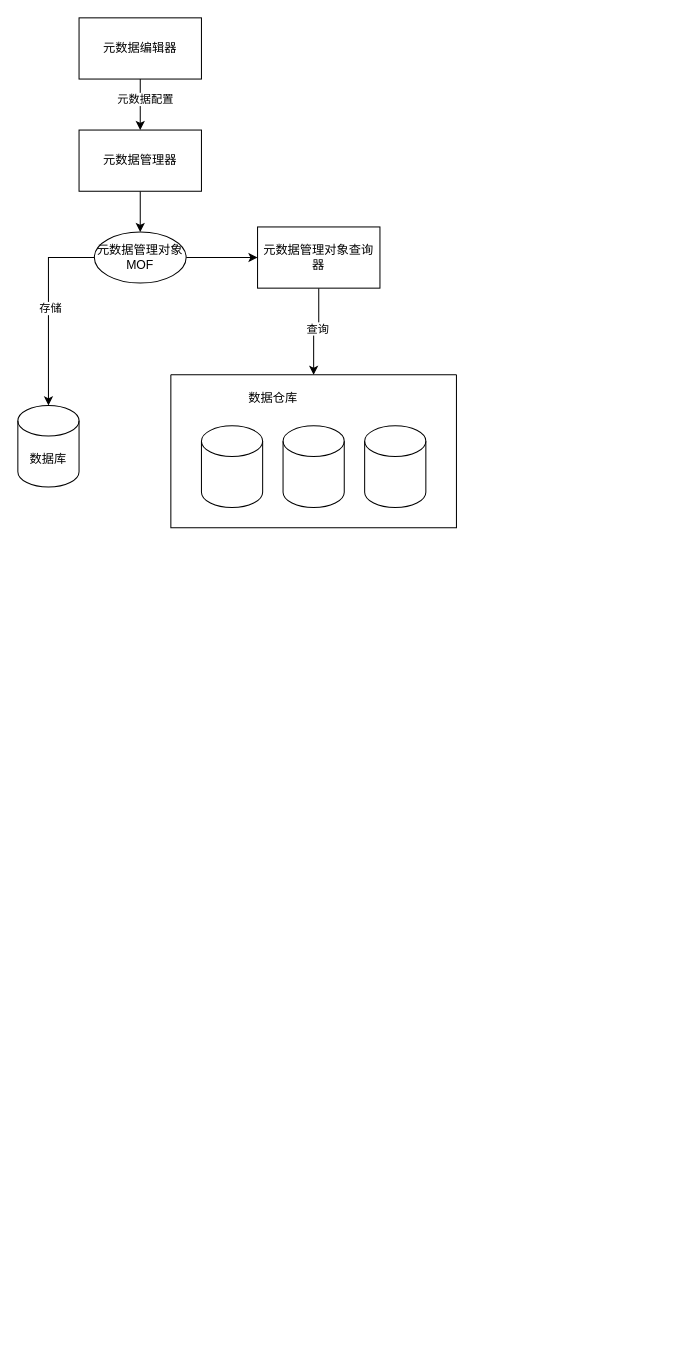
Above: page "第 5 页" (5 of 5) of Crm-Saas/crm-saas.drawio in zhangshuntao-ola/MyDraw (draw.io), before the change. Source tidied: cells renumbered, new cells numbered last; positions are measured from the earlier drawing's top-left corner, leaving out a move shared by most shapes. Both pictures are drawn from the tidied source at 102%, with x=0, y=0 at pixel (17, 17).
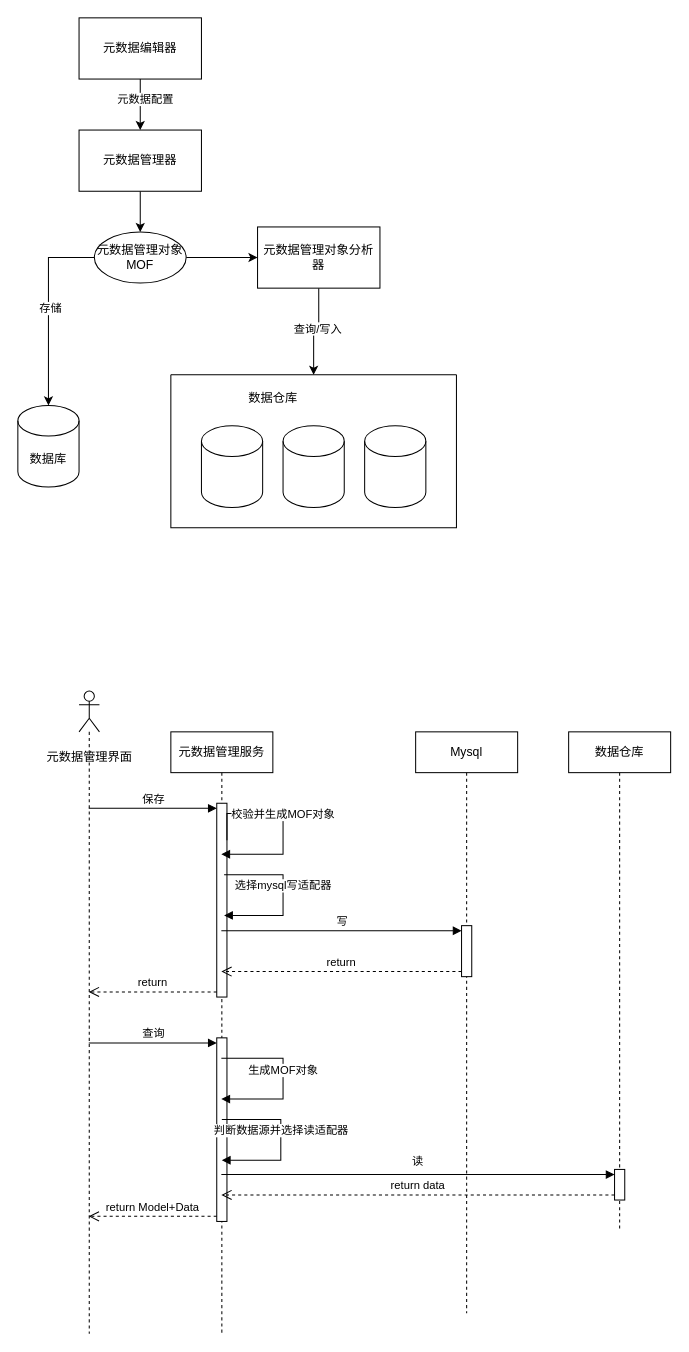
The same diagram, later.

Unchanged cells that the change refers to:
```xml
<mxCell id="17" style="edgeStyle=orthogonalEdgeStyle;rounded=0;jettySize=auto;html=1;" parent="1" edge="1" source="19" target="5">
  <mxGeometry relative="1" as="geometry" />
</mxCell>
```

Diff of the diagram source:
```diff
@@
-    <mxCell id="18" value="查询" style="edgeLabel;html=1;align=center;verticalAlign=middle;" parent="17" vertex="1">
+    <mxCell id="18" value="查询/写入" style="edgeLabel;html=1;align=center;verticalAlign=middle;" parent="17" vertex="1">
       <mxGeometry x="-0.13" y="-2" relative="1" as="geometry" />
     </mxCell>
-    <mxCell id="19" value="元数据管理对象查询器" style="rounded=0;whiteSpace=wrap;html=1;" parent="1" vertex="1">
+    <mxCell id="19" value="元数据管理对象分析器" style="rounded=0;whiteSpace=wrap;html=1;" parent="1" vertex="1">
       <mxGeometry x="235" y="205" width="120" height="60" as="geometry" />
     </mxCell>
+    <mxCell id="20" style="shape=umlLifeline;perimeter=lifelinePerimeter;whiteSpace=wrap;html=1;outlineConnect=0;portConstraint=eastwest;newEdgeStyle={&quot;curved&quot;:0,&quot;rounded&quot;:0};participant=umlActor;" parent="1" vertex="1">
+      <mxGeometry x="60" y="660" width="20" height="630" as="geometry" />
+    </mxCell>
+    <mxCell id="21" value="元数据管理界面" style="text;html=1;align=center;verticalAlign=middle;strokeColor=none;fillColor=none;" parent="1" vertex="1">
+      <mxGeometry x="15" y="710" width="110" height="30" as="geometry" />
+    </mxCell>
+    <mxCell id="22" value="元数据管理服务" style="shape=umlLifeline;perimeter=lifelinePerimeter;whiteSpace=wrap;html=1;outlineConnect=0;portConstraint=eastwest;newEdgeStyle={&quot;curved&quot;:0,&quot;rounded&quot;:0};" parent="1" vertex="1">
+      <mxGeometry x="150" y="700" width="100" height="590" as="geometry" />
+    </mxCell>
+    <mxCell id="23" style="html=1;points=[[0,0,0,0,5],[0,1,0,0,-5],[1,0,0,0,5],[1,1,0,0,-5]];perimeter=orthogonalPerimeter;outlineConnect=0;targetShapes=umlLifeline;portConstraint=eastwest;newEdgeStyle={&quot;curved&quot;:0,&quot;rounded&quot;:0};" parent="22" vertex="1">
+      <mxGeometry x="45" y="70" width="10" height="190" as="geometry" />
+    </mxCell>
+    <mxCell id="24" value="校验并生成MOF对象" style="html=1;verticalAlign=bottom;endArrow=block;rounded=0;edgeStyle=orthogonalEdgeStyle;exitX=1;exitY=0.191;exitDx=0;exitDy=0;exitPerimeter=0;" parent="22" edge="1" source="23" target="22">
+      <mxGeometry relative="1" as="geometry">
+        <Array as="points">
+          <mxPoint x="55" y="80" />
+          <mxPoint x="110" y="80" />
+          <mxPoint x="110" y="120" />
+        </Array>
+      </mxGeometry>
+    </mxCell>
+    <mxCell id="25" style="html=1;points=[[0,0,0,0,5],[0,1,0,0,-5],[1,0,0,0,5],[1,1,0,0,-5]];perimeter=orthogonalPerimeter;outlineConnect=0;targetShapes=umlLifeline;portConstraint=eastwest;newEdgeStyle={&quot;curved&quot;:0,&quot;rounded&quot;:0};" parent="22" vertex="1">
+      <mxGeometry x="45" y="300" width="10" height="180" as="geometry" />
+    </mxCell>
+    <mxCell id="26" value="保存" style="html=1;verticalAlign=bottom;endArrow=block;curved=0;rounded=0;entryX=0;entryY=0;entryDx=0;entryDy=5;" parent="1" edge="1" source="20" target="23">
+      <mxGeometry relative="1" as="geometry" />
+    </mxCell>
+    <mxCell id="27" value="return" style="html=1;verticalAlign=bottom;endArrow=open;dashed=1;endSize=8;curved=0;rounded=0;exitX=0;exitY=1;exitDx=0;exitDy=-5;" parent="1" edge="1" source="23" target="20">
+      <mxGeometry relative="1" as="geometry" />
+    </mxCell>
+    <mxCell id="28" value="Mysql" style="shape=umlLifeline;perimeter=lifelinePerimeter;whiteSpace=wrap;html=1;newEdgeStyle={&quot;curved&quot;:0,&quot;rounded&quot;:0};" parent="1" vertex="1">
+      <mxGeometry x="390" y="700" width="100" height="570" as="geometry" />
+    </mxCell>
+    <mxCell id="29" style="html=1;points=[[0,0,0,0,5],[0,1,0,0,-5],[1,0,0,0,5],[1,1,0,0,-5]];perimeter=orthogonalPerimeter;outlineConnect=0;targetShapes=umlLifeline;portConstraint=eastwest;newEdgeStyle={&quot;curved&quot;:0,&quot;rounded&quot;:0};" parent="28" vertex="1">
+      <mxGeometry x="45" y="190" width="10" height="50" as="geometry" />
+    </mxCell>
+    <mxCell id="30" value="选择mysql写适配器" style="html=1;verticalAlign=bottom;endArrow=block;rounded=0;edgeStyle=orthogonalEdgeStyle;" parent="1" edge="1">
+      <mxGeometry relative="1" as="geometry">
+        <mxPoint x="202.2" y="840" as="sourcePoint" />
+        <mxPoint x="202.2" y="880" as="targetPoint" />
+        <Array as="points">
+          <mxPoint x="260" y="840" />
+          <mxPoint x="260" y="880" />
+        </Array>
+      </mxGeometry>
+    </mxCell>
+    <mxCell id="31" value="写" style="html=1;verticalAlign=bottom;endArrow=block;curved=0;rounded=0;entryX=0;entryY=0;entryDx=0;entryDy=5;" parent="1" edge="1" source="22" target="29">
+      <mxGeometry relative="1" as="geometry" />
+    </mxCell>
+    <mxCell id="32" value="return" style="html=1;verticalAlign=bottom;endArrow=open;dashed=1;endSize=8;curved=0;rounded=0;exitX=0;exitY=1;exitDx=0;exitDy=-5;" parent="1" edge="1" source="29" target="22">
+      <mxGeometry relative="1" as="geometry" />
+    </mxCell>
+    <mxCell id="33" value="查询" style="html=1;verticalAlign=bottom;endArrow=block;curved=0;rounded=0;entryX=0;entryY=0;entryDx=0;entryDy=5;" parent="1" edge="1" source="20" target="25">
+      <mxGeometry relative="1" as="geometry" />
+    </mxCell>
+    <mxCell id="34" value="return Model+Data" style="html=1;verticalAlign=bottom;endArrow=open;dashed=1;endSize=8;curved=0;rounded=0;exitX=0;exitY=1;exitDx=0;exitDy=-5;" parent="1" edge="1" source="25" target="20">
+      <mxGeometry relative="1" as="geometry" />
+    </mxCell>
+    <mxCell id="35" value="数据仓库" style="shape=umlLifeline;perimeter=lifelinePerimeter;whiteSpace=wrap;html=1;newEdgeStyle={&quot;curved&quot;:0,&quot;rounded&quot;:0};" parent="1" vertex="1">
+      <mxGeometry x="540" y="700" width="100" height="490" as="geometry" />
+    </mxCell>
+    <mxCell id="36" style="html=1;points=[[0,0,0,0,5],[0,1,0,0,-5],[1,0,0,0,5],[1,1,0,0,-5]];perimeter=orthogonalPerimeter;outlineConnect=0;targetShapes=umlLifeline;portConstraint=eastwest;newEdgeStyle={&quot;curved&quot;:0,&quot;rounded&quot;:0};" parent="35" vertex="1">
+      <mxGeometry x="45" y="429" width="10" height="30" as="geometry" />
+    </mxCell>
+    <mxCell id="37" value="生成MOF对象" style="html=1;verticalAlign=bottom;endArrow=block;rounded=0;edgeStyle=orthogonalEdgeStyle;" parent="1" edge="1" source="22" target="22">
+      <mxGeometry relative="1" as="geometry">
+        <Array as="points">
+          <mxPoint x="260" y="1020" />
+          <mxPoint x="260" y="1060" />
+        </Array>
+      </mxGeometry>
+    </mxCell>
+    <mxCell id="38" value="读" style="html=1;verticalAlign=bottom;endArrow=block;curved=0;rounded=0;entryX=0;entryY=0;entryDx=0;entryDy=5;" parent="1" edge="1" source="22" target="36">
+      <mxGeometry x="-0.01" y="4" relative="1" as="geometry">
+        <mxPoint x="1" as="offset" />
+      </mxGeometry>
+    </mxCell>
+    <mxCell id="39" value="return data" style="html=1;verticalAlign=bottom;endArrow=open;dashed=1;endSize=8;curved=0;rounded=0;exitX=0;exitY=1;exitDx=0;exitDy=-5;" parent="1" edge="1" source="36" target="22">
+      <mxGeometry relative="1" as="geometry" />
+    </mxCell>
+    <mxCell id="40" value="判断数据源并选择读适配器" style="html=1;verticalAlign=bottom;endArrow=block;rounded=0;edgeStyle=orthogonalEdgeStyle;" parent="1" edge="1">
+      <mxGeometry relative="1" as="geometry">
+        <mxPoint x="200" y="1080" as="sourcePoint" />
+        <mxPoint x="200" y="1120" as="targetPoint" />
+        <Array as="points">
+          <mxPoint x="257.8" y="1080" />
+          <mxPoint x="257.8" y="1120" />
+        </Array>
+      </mxGeometry>
+    </mxCell>
```
